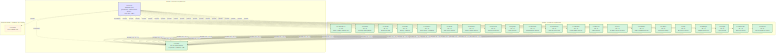
Earlier version of the Mermaid export docs/diagrams/suite-architecture.png (CivicSuite/civicsuite). Its source is kept beside it as docs/diagrams/suite-architecture.mmd.
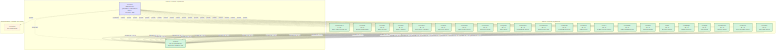
Later version of the same file.

What changed in the source:
```diff
@@ -25,9 +25,10 @@
         Legal["civiclegal<br/>v0.1.0<br/>legal records"]
         Elections["civicelections<br/>v0.1.0<br/>election support"]
         Utility["civicutility<br/>v0.1.0<br/>utility customer service"]
+        Court["civiccourt<br/>v0.1.0<br/>court clerk support"]
     end
     subgraph FUTURE["Future modules - planned, not started"]
-        Court["civiccourt<br/>next planned lane"]
+        Safety["civicsafety<br/>next planned lane"]
     end
     SuiteRepo -.documents.-> Core
     SuiteRepo -.documents.-> Records
@@ -52,6 +53,7 @@
     SuiteRepo -.governs.-> Elections
     SuiteRepo -.governs.-> Utility
     SuiteRepo -.governs.-> Court
+    SuiteRepo -.governs.-> Safety
     Records -->|"depends on ==0.2.0"| Core
     Clerk -->|"depends on ==0.2.0"| Core
     Code -->|"depends on ==0.2.0"| Core
@@ -73,6 +75,7 @@
     Legal -->|"depends on ==0.2.0"| Core
     Elections -->|"depends on ==0.2.0"| Core
     Utility -->|"depends on ==0.2.0"| Core
+    Court -->|"depends on ==0.2.0"| Core
     classDef shipping fill:#d4f4dd,stroke:#3a7a4a,stroke-width:2px,color:#000
     classDef governance fill:#e1e1ff,stroke:#5a5aa0,stroke-width:2px,color:#000
     classDef future fill:#fff4e1,stroke:#a08040,stroke-width:1px,stroke-dasharray:5 5,color:#000
@@ -100,4 +103,5 @@
     class Legal shipping
     class Elections shipping
     class Utility shipping
-    class Court future
+    class Court shipping
+    class Safety future
```
